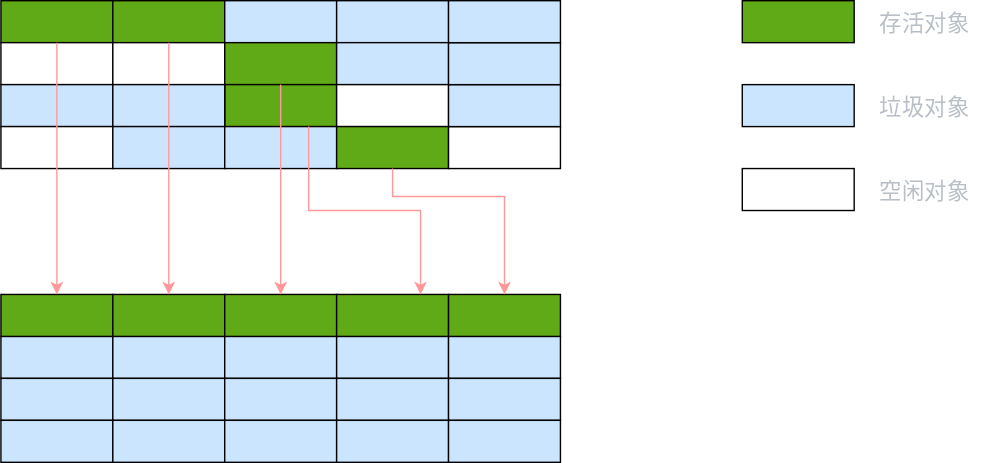
Above: learn/src/main/resources/jvm/readme/static/uml/GC_Copying.svg in zzyandzzy/jdk11 (draw.io), before the change. Source tidied: cells renumbered, new cells last; positions are measured from the earlier drawing's top-left corner, leaving out a move shared by most shapes.
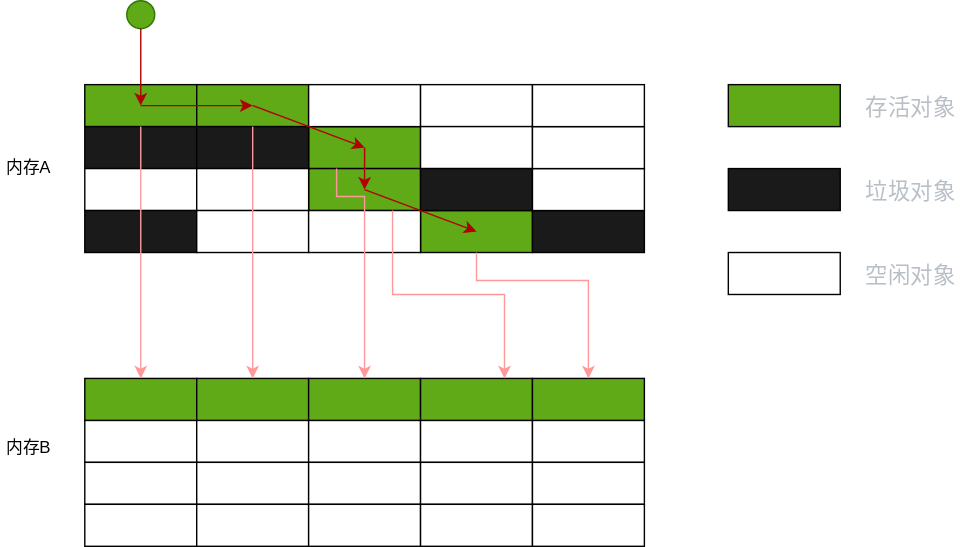
The same file after the commit.

Commit message:
JVM-GC-复制算法(Copying)

Diff of the diagram source:
```diff
@@ -2,109 +2,124 @@
   <root>
     <mxCell id="0" />
     <mxCell id="1" parent="0" />
+    <mxCell id="53" style="rounded=0;whiteSpace=wrap;html=1;fillColor=#60a917;fontColor=#ffffff;strokeColor=none;" parent="1" vertex="1">
+      <mxGeometry x="160" y="60" width="40" height="30" as="geometry" />
+    </mxCell>
+    <mxCell id="54" style="rounded=0;whiteSpace=wrap;html=1;fillColor=#60a917;fontColor=#ffffff;strokeColor=none;" parent="1" vertex="1">
+      <mxGeometry x="160" y="30" width="40" height="30" as="geometry" />
+    </mxCell>
+    <mxCell id="7" style="rounded=0;whiteSpace=wrap;html=1;fillColor=#60a917;fontColor=#ffffff;strokeColor=#000000;" parent="1" vertex="1">
+      <mxGeometry x="160" y="30" width="80" height="30" as="geometry" />
+    </mxCell>
+    <mxCell id="8" style="rounded=0;whiteSpace=wrap;html=1;fillColor=#60a917;fontColor=#ffffff;strokeColor=#000000;" parent="1" vertex="1">
+      <mxGeometry x="160" y="60" width="80" height="30" as="geometry" />
+    </mxCell>
+    <mxCell id="55" style="rounded=0;whiteSpace=wrap;html=1;fillColor=#60a917;fontColor=#ffffff;strokeColor=none;" parent="1" vertex="1">
+      <mxGeometry x="240" y="90" width="40" height="30" as="geometry" />
+    </mxCell>
+    <mxCell id="17" style="rounded=0;whiteSpace=wrap;html=1;fillColor=#60a917;fontColor=#ffffff;strokeColor=#000000;" parent="1" vertex="1">
+      <mxGeometry x="240" y="90" width="80" height="30" as="geometry" />
+    </mxCell>
+    <mxCell id="56" style="rounded=0;whiteSpace=wrap;html=1;fillColor=#60a917;fontColor=#ffffff;strokeColor=none;" parent="1" vertex="1">
+      <mxGeometry x="80" width="40" height="30" as="geometry" />
+    </mxCell>
+    <mxCell id="57" style="rounded=0;whiteSpace=wrap;html=1;fillColor=#60a917;fontColor=#ffffff;strokeColor=none;" parent="1" vertex="1">
+      <mxGeometry width="40" height="30" as="geometry" />
+    </mxCell>
     <mxCell id="2" style="rounded=0;whiteSpace=wrap;html=1;fillColor=#60a917;fontColor=#ffffff;strokeColor=#000000;" parent="1" vertex="1">
       <mxGeometry width="80" height="30" as="geometry" />
     </mxCell>
     <mxCell id="3" style="rounded=0;whiteSpace=wrap;html=1;fillColor=#60a917;fontColor=#ffffff;strokeColor=#000000;" parent="1" vertex="1">
       <mxGeometry x="80" width="80" height="30" as="geometry" />
     </mxCell>
-    <mxCell id="4" style="rounded=0;whiteSpace=wrap;html=1;strokeColor=#000000;" parent="1" vertex="1">
+    <mxCell id="4" style="rounded=0;whiteSpace=wrap;html=1;strokeColor=#000000;fillColor=#1A1A1A;" parent="1" vertex="1">
       <mxGeometry y="30" width="80" height="30" as="geometry" />
     </mxCell>
-    <mxCell id="5" style="rounded=0;whiteSpace=wrap;html=1;strokeColor=#000000;" parent="1" vertex="1">
+    <mxCell id="5" style="rounded=0;whiteSpace=wrap;html=1;strokeColor=#000000;fillColor=#1A1A1A;" parent="1" vertex="1">
       <mxGeometry x="80" y="30" width="80" height="30" as="geometry" />
     </mxCell>
-    <mxCell id="6" style="rounded=0;whiteSpace=wrap;html=1;fillColor=#cce5ff;strokeColor=#000000;" parent="1" vertex="1">
+    <mxCell id="6" style="rounded=0;whiteSpace=wrap;html=1;" parent="1" vertex="1">
       <mxGeometry x="160" width="80" height="30" as="geometry" />
     </mxCell>
-    <mxCell id="7" style="rounded=0;whiteSpace=wrap;html=1;fillColor=#60a917;fontColor=#ffffff;strokeColor=#000000;" parent="1" vertex="1">
-      <mxGeometry x="160" y="30" width="80" height="30" as="geometry" />
-    </mxCell>
-    <mxCell id="8" style="rounded=0;whiteSpace=wrap;html=1;fillColor=#60a917;fontColor=#ffffff;strokeColor=#000000;" parent="1" vertex="1">
-      <mxGeometry x="160" y="60" width="80" height="30" as="geometry" />
-    </mxCell>
-    <mxCell id="9" style="rounded=0;whiteSpace=wrap;html=1;fillColor=#cce5ff;strokeColor=#000000;" parent="1" vertex="1">
+    <mxCell id="9" style="rounded=0;whiteSpace=wrap;html=1;" parent="1" vertex="1">
       <mxGeometry y="60" width="80" height="30" as="geometry" />
     </mxCell>
-    <mxCell id="10" style="rounded=0;whiteSpace=wrap;html=1;fillColor=#cce5ff;strokeColor=#000000;" parent="1" vertex="1">
+    <mxCell id="10" style="rounded=0;whiteSpace=wrap;html=1;" parent="1" vertex="1">
       <mxGeometry x="80" y="60" width="80" height="30" as="geometry" />
     </mxCell>
-    <mxCell id="11" style="rounded=0;whiteSpace=wrap;html=1;strokeColor=#000000;" parent="1" vertex="1">
+    <mxCell id="11" style="rounded=0;whiteSpace=wrap;html=1;strokeColor=#000000;fillColor=#1A1A1A;" parent="1" vertex="1">
       <mxGeometry y="90" width="80" height="30" as="geometry" />
     </mxCell>
-    <mxCell id="12" style="rounded=0;whiteSpace=wrap;html=1;fillColor=#cce5ff;strokeColor=#000000;" parent="1" vertex="1">
+    <mxCell id="12" style="rounded=0;whiteSpace=wrap;html=1;" parent="1" vertex="1">
       <mxGeometry x="80" y="90" width="80" height="30" as="geometry" />
     </mxCell>
-    <mxCell id="13" style="rounded=0;whiteSpace=wrap;html=1;fillColor=#cce5ff;strokeColor=#000000;" parent="1" vertex="1">
+    <mxCell id="13" style="rounded=0;whiteSpace=wrap;html=1;" parent="1" vertex="1">
       <mxGeometry x="160" y="90" width="80" height="30" as="geometry" />
     </mxCell>
-    <mxCell id="14" style="rounded=0;whiteSpace=wrap;html=1;fillColor=#cce5ff;strokeColor=#000000;" parent="1" vertex="1">
+    <mxCell id="14" style="rounded=0;whiteSpace=wrap;html=1;" parent="1" vertex="1">
       <mxGeometry x="240" width="80" height="30" as="geometry" />
     </mxCell>
-    <mxCell id="15" style="rounded=0;whiteSpace=wrap;html=1;fillColor=#cce5ff;strokeColor=#000000;" parent="1" vertex="1">
+    <mxCell id="15" style="rounded=0;whiteSpace=wrap;html=1;" parent="1" vertex="1">
       <mxGeometry x="240" y="30" width="80" height="30" as="geometry" />
     </mxCell>
-    <mxCell id="16" style="rounded=0;whiteSpace=wrap;html=1;strokeColor=#000000;" parent="1" vertex="1">
+    <mxCell id="16" style="rounded=0;whiteSpace=wrap;html=1;strokeColor=#000000;fillColor=#1A1A1A;" parent="1" vertex="1">
       <mxGeometry x="240" y="60" width="80" height="30" as="geometry" />
     </mxCell>
-    <mxCell id="17" style="rounded=0;whiteSpace=wrap;html=1;fillColor=#60a917;fontColor=#ffffff;strokeColor=#000000;" parent="1" vertex="1">
-      <mxGeometry x="240" y="90" width="80" height="30" as="geometry" />
-    </mxCell>
-    <mxCell id="18" style="rounded=0;whiteSpace=wrap;html=1;strokeColor=#000000;" parent="1" vertex="1">
+    <mxCell id="18" style="rounded=0;whiteSpace=wrap;html=1;strokeColor=#000000;fillColor=#1A1A1A;" parent="1" vertex="1">
       <mxGeometry x="320" y="90" width="80" height="30" as="geometry" />
     </mxCell>
-    <mxCell id="19" style="rounded=0;whiteSpace=wrap;html=1;fillColor=#cce5ff;strokeColor=#000000;" parent="1" vertex="1">
+    <mxCell id="19" style="rounded=0;whiteSpace=wrap;html=1;" parent="1" vertex="1">
       <mxGeometry x="320" y="60" width="80" height="30" as="geometry" />
     </mxCell>
-    <mxCell id="20" style="rounded=0;whiteSpace=wrap;html=1;fillColor=#cce5ff;strokeColor=#000000;" parent="1" vertex="1">
+    <mxCell id="20" style="rounded=0;whiteSpace=wrap;html=1;" parent="1" vertex="1">
       <mxGeometry x="320" y="30" width="80" height="30" as="geometry" />
     </mxCell>
-    <mxCell id="21" style="rounded=0;whiteSpace=wrap;html=1;fillColor=#cce5ff;strokeColor=#000000;" parent="1" vertex="1">
+    <mxCell id="21" style="rounded=0;whiteSpace=wrap;html=1;" parent="1" vertex="1">
       <mxGeometry x="320" width="80" height="30" as="geometry" />
     </mxCell>
-    <mxCell id="22" style="rounded=0;whiteSpace=wrap;html=1;fillColor=#cce5ff;strokeColor=#000000;" parent="1" vertex="1">
+    <mxCell id="22" style="rounded=0;whiteSpace=wrap;html=1;" parent="1" vertex="1">
       <mxGeometry y="240" width="80" height="30" as="geometry" />
     </mxCell>
-    <mxCell id="23" style="rounded=0;whiteSpace=wrap;html=1;fillColor=#cce5ff;strokeColor=#000000;" parent="1" vertex="1">
+    <mxCell id="23" style="rounded=0;whiteSpace=wrap;html=1;" parent="1" vertex="1">
       <mxGeometry x="80" y="240" width="80" height="30" as="geometry" />
     </mxCell>
-    <mxCell id="24" style="rounded=0;whiteSpace=wrap;html=1;fillColor=#cce5ff;strokeColor=#000000;" parent="1" vertex="1">
+    <mxCell id="24" style="rounded=0;whiteSpace=wrap;html=1;" parent="1" vertex="1">
       <mxGeometry x="160" y="240" width="80" height="30" as="geometry" />
     </mxCell>
-    <mxCell id="25" style="rounded=0;whiteSpace=wrap;html=1;fillColor=#cce5ff;strokeColor=#000000;" parent="1" vertex="1">
+    <mxCell id="25" style="rounded=0;whiteSpace=wrap;html=1;" parent="1" vertex="1">
       <mxGeometry x="240" y="240" width="80" height="30" as="geometry" />
     </mxCell>
-    <mxCell id="26" style="rounded=0;whiteSpace=wrap;html=1;fillColor=#cce5ff;strokeColor=#000000;" parent="1" vertex="1">
+    <mxCell id="26" style="rounded=0;whiteSpace=wrap;html=1;" parent="1" vertex="1">
       <mxGeometry x="320" y="240" width="80" height="30" as="geometry" />
     </mxCell>
-    <mxCell id="27" style="rounded=0;whiteSpace=wrap;html=1;fillColor=#cce5ff;strokeColor=#000000;" parent="1" vertex="1">
+    <mxCell id="27" style="rounded=0;whiteSpace=wrap;html=1;" parent="1" vertex="1">
       <mxGeometry y="270" width="80" height="30" as="geometry" />
     </mxCell>
-    <mxCell id="28" style="rounded=0;whiteSpace=wrap;html=1;fillColor=#cce5ff;strokeColor=#000000;" parent="1" vertex="1">
+    <mxCell id="28" style="rounded=0;whiteSpace=wrap;html=1;" parent="1" vertex="1">
       <mxGeometry x="80" y="270" width="80" height="30" as="geometry" />
     </mxCell>
-    <mxCell id="29" style="rounded=0;whiteSpace=wrap;html=1;fillColor=#cce5ff;strokeColor=#000000;" parent="1" vertex="1">
+    <mxCell id="29" style="rounded=0;whiteSpace=wrap;html=1;" parent="1" vertex="1">
       <mxGeometry x="160" y="270" width="80" height="30" as="geometry" />
     </mxCell>
-    <mxCell id="30" style="rounded=0;whiteSpace=wrap;html=1;fillColor=#cce5ff;strokeColor=#000000;" parent="1" vertex="1">
+    <mxCell id="30" style="rounded=0;whiteSpace=wrap;html=1;" parent="1" vertex="1">
       <mxGeometry x="240" y="270" width="80" height="30" as="geometry" />
     </mxCell>
-    <mxCell id="31" style="rounded=0;whiteSpace=wrap;html=1;fillColor=#cce5ff;strokeColor=#000000;" parent="1" vertex="1">
+    <mxCell id="31" style="rounded=0;whiteSpace=wrap;html=1;" parent="1" vertex="1">
       <mxGeometry x="320" y="270" width="80" height="30" as="geometry" />
     </mxCell>
-    <mxCell id="32" style="rounded=0;whiteSpace=wrap;html=1;fillColor=#cce5ff;strokeColor=#000000;" parent="1" vertex="1">
+    <mxCell id="32" style="rounded=0;whiteSpace=wrap;html=1;" parent="1" vertex="1">
       <mxGeometry y="300" width="80" height="30" as="geometry" />
     </mxCell>
-    <mxCell id="33" style="rounded=0;whiteSpace=wrap;html=1;fillColor=#cce5ff;strokeColor=#000000;" parent="1" vertex="1">
+    <mxCell id="33" style="rounded=0;whiteSpace=wrap;html=1;" parent="1" vertex="1">
       <mxGeometry x="80" y="300" width="80" height="30" as="geometry" />
     </mxCell>
-    <mxCell id="34" style="rounded=0;whiteSpace=wrap;html=1;fillColor=#cce5ff;strokeColor=#000000;" parent="1" vertex="1">
+    <mxCell id="34" style="rounded=0;whiteSpace=wrap;html=1;" parent="1" vertex="1">
       <mxGeometry x="160" y="300" width="80" height="30" as="geometry" />
     </mxCell>
-    <mxCell id="35" style="rounded=0;whiteSpace=wrap;html=1;fillColor=#cce5ff;strokeColor=#000000;" parent="1" vertex="1">
+    <mxCell id="35" style="rounded=0;whiteSpace=wrap;html=1;" parent="1" vertex="1">
       <mxGeometry x="240" y="300" width="80" height="30" as="geometry" />
     </mxCell>
-    <mxCell id="36" style="rounded=0;whiteSpace=wrap;html=1;fillColor=#cce5ff;strokeColor=#000000;" parent="1" vertex="1">
+    <mxCell id="36" style="rounded=0;whiteSpace=wrap;html=1;" parent="1" vertex="1">
       <mxGeometry x="320" y="300" width="80" height="30" as="geometry" />
     </mxCell>
     <mxCell id="37" style="rounded=0;whiteSpace=wrap;html=1;fillColor=#60a917;fontColor=#ffffff;strokeColor=#000000;" parent="1" vertex="1">
@@ -122,53 +137,104 @@
     <mxCell id="41" style="rounded=0;whiteSpace=wrap;html=1;fillColor=#60a917;fontColor=#ffffff;strokeColor=#000000;" parent="1" vertex="1">
       <mxGeometry x="320" y="210" width="80" height="30" as="geometry" />
     </mxCell>
-    <mxCell id="42" style="rounded=0;whiteSpace=wrap;html=1;fillColor=#60a917;fontColor=#ffffff;strokeColor=#000000;" parent="1" vertex="1">
-      <mxGeometry x="530" width="80" height="30" as="geometry" />
-    </mxCell>
-    <mxCell id="43" style="rounded=0;whiteSpace=wrap;html=1;fillColor=#cce5ff;strokeColor=#000000;" parent="1" vertex="1">
-      <mxGeometry x="530" y="60" width="80" height="30" as="geometry" />
-    </mxCell>
-    <mxCell id="44" style="rounded=0;whiteSpace=wrap;html=1;strokeColor=#000000;" parent="1" vertex="1">
-      <mxGeometry x="530" y="120" width="80" height="30" as="geometry" />
-    </mxCell>
-    <mxCell id="45" value="&lt;span style=&quot;color: rgb(184 , 191 , 198) ; font-family: &amp;#34;helvetica neue&amp;#34; , &amp;#34;helvetica&amp;#34; , &amp;#34;arial&amp;#34; , sans-serif ; font-size: 16px&quot;&gt;存活对象&lt;/span&gt;" style="text;html=1;align=center;verticalAlign=middle;strokeColor=none;" parent="1" vertex="1">
-      <mxGeometry x="620" y="5" width="80" height="20" as="geometry" />
-    </mxCell>
-    <mxCell id="46" value="&lt;font color=&quot;#b8bfc6&quot; face=&quot;helvetica neue, helvetica, arial, sans-serif&quot;&gt;&lt;span style=&quot;font-size: 16px&quot;&gt;垃圾对象&lt;/span&gt;&lt;/font&gt;" style="text;html=1;align=center;verticalAlign=middle;strokeColor=none;" parent="1" vertex="1">
-      <mxGeometry x="620" y="65" width="80" height="20" as="geometry" />
-    </mxCell>
-    <mxCell id="47" value="&lt;font color=&quot;#b8bfc6&quot; face=&quot;helvetica neue, helvetica, arial, sans-serif&quot;&gt;&lt;span style=&quot;font-size: 16px&quot;&gt;空闲对象&lt;/span&gt;&lt;/font&gt;" style="text;html=1;align=center;verticalAlign=middle;strokeColor=none;" parent="1" vertex="1">
-      <mxGeometry x="620" y="125" width="80" height="20" as="geometry" />
-    </mxCell>
-    <mxCell id="48" style="endArrow=classic;html=1;fontColor=#FF6666;strokeColor=#FF9999;" parent="1" edge="1" source="2" target="37">
-      <mxGeometry relative="1" as="geometry" />
+    <mxCell id="48" style="endArrow=classic;html=1;fontColor=#FF6666;strokeColor=#FF9999;" parent="1" edge="1" target="37">
+      <mxGeometry relative="1" as="geometry">
+        <mxPoint x="40" y="30" as="sourcePoint" />
+      </mxGeometry>
     </mxCell>
-    <mxCell id="49" style="edgeStyle=orthogonalEdgeStyle;rounded=0;jettySize=auto;html=1;exitX=0.5;exitY=1;exitDx=0;exitDy=0;fontColor=#FF6666;strokeColor=#FF9999;" parent="1" edge="1" source="3" target="38">
-      <mxGeometry relative="1" as="geometry" />
+    <mxCell id="49" style="edgeStyle=orthogonalEdgeStyle;rounded=0;jettySize=auto;html=1;fontColor=#FF6666;strokeColor=#FF9999;" parent="1" edge="1" target="38">
+      <mxGeometry relative="1" as="geometry">
+        <mxPoint x="120" y="30" as="sourcePoint" />
+      </mxGeometry>
     </mxCell>
-    <mxCell id="50" style="edgeStyle=orthogonalEdgeStyle;rounded=0;jettySize=auto;html=1;exitX=0.5;exitY=0;exitDx=0;exitDy=0;fontColor=#FF6666;strokeColor=#FF9999;" parent="1" edge="1" source="8" target="39">
+    <mxCell id="50" style="edgeStyle=orthogonalEdgeStyle;rounded=0;jettySize=auto;html=1;fontColor=#FF6666;strokeColor=#FF9999;" parent="1" edge="1" target="39">
       <mxGeometry relative="1" as="geometry">
+        <mxPoint x="180" y="60" as="sourcePoint" />
         <Array as="points">
-          <mxPoint x="200" y="120" />
-          <mxPoint x="200" y="120" />
+          <mxPoint x="180" y="80" />
+          <mxPoint x="200" y="80" />
         </Array>
       </mxGeometry>
     </mxCell>
-    <mxCell id="51" style="edgeStyle=orthogonalEdgeStyle;rounded=0;jettySize=auto;html=1;exitX=0.75;exitY=0;exitDx=0;exitDy=0;entryX=0.75;entryY=0;entryDx=0;entryDy=0;fontColor=#FF6666;strokeColor=#FF9999;" parent="1" edge="1" source="13" target="40">
+    <mxCell id="51" style="edgeStyle=orthogonalEdgeStyle;rounded=0;jettySize=auto;html=1;entryX=0.75;entryY=0;entryDx=0;entryDy=0;fontColor=#FF6666;strokeColor=#FF9999;" parent="1" edge="1" target="40">
       <mxGeometry relative="1" as="geometry">
+        <mxPoint x="220" y="90" as="sourcePoint" />
         <Array as="points">
           <mxPoint x="220" y="150" />
           <mxPoint x="300" y="150" />
         </Array>
       </mxGeometry>
     </mxCell>
-    <mxCell id="52" style="edgeStyle=orthogonalEdgeStyle;rounded=0;jettySize=auto;html=1;exitX=0.5;exitY=1;exitDx=0;exitDy=0;entryX=0.5;entryY=0;entryDx=0;entryDy=0;fontColor=#FFFFFF;strokeColor=#FF9999;" parent="1" edge="1" source="17" target="41">
+    <mxCell id="52" style="edgeStyle=orthogonalEdgeStyle;rounded=0;jettySize=auto;html=1;entryX=0.5;entryY=0;entryDx=0;entryDy=0;fontColor=#FFFFFF;strokeColor=#FF9999;" parent="1" edge="1" target="41">
       <mxGeometry relative="1" as="geometry">
+        <mxPoint x="280" y="120" as="sourcePoint" />
         <Array as="points">
           <mxPoint x="280" y="140" />
           <mxPoint x="360" y="140" />
         </Array>
       </mxGeometry>
     </mxCell>
+    <mxCell id="58" value="内存A" style="text;html=1;strokeColor=none;fillColor=none;align=center;verticalAlign=middle;whiteSpace=wrap;rounded=0;" parent="1" vertex="1">
+      <mxGeometry x="-60" y="50" width="40" height="20" as="geometry" />
+    </mxCell>
+    <mxCell id="59" value="内存B" style="text;html=1;strokeColor=none;fillColor=none;align=center;verticalAlign=middle;whiteSpace=wrap;rounded=0;" parent="1" vertex="1">
+      <mxGeometry x="-60" y="250" width="40" height="20" as="geometry" />
+    </mxCell>
+    <mxCell id="60" style="endArrow=classic;html=1;fillColor=#e51400;strokeColor=#B20000;startArrow=none;" parent="1" edge="1">
+      <mxGeometry relative="1" as="geometry">
+        <mxPoint x="40" y="15" as="sourcePoint" />
+        <mxPoint x="120" y="15" as="targetPoint" />
+      </mxGeometry>
+    </mxCell>
+    <mxCell id="61" style="ellipse;whiteSpace=wrap;html=1;fillColor=#60a917;strokeColor=#2D7600;fontColor=#ffffff;" parent="1" vertex="1">
+      <mxGeometry x="30" y="-60" width="20" height="20" as="geometry" />
+    </mxCell>
+    <mxCell id="62" style="endArrow=classic;html=1;exitX=0.5;exitY=1;exitDx=0;exitDy=0;fillColor=#e51400;strokeColor=#B20000;entryX=1;entryY=0.5;entryDx=0;entryDy=0;" parent="1" edge="1" source="61" target="57">
+      <mxGeometry relative="1" as="geometry" />
+    </mxCell>
+    <mxCell id="63" style="endArrow=classic;html=1;fillColor=#e51400;strokeColor=#B20000;exitX=1;exitY=0.5;exitDx=0;exitDy=0;entryX=1;entryY=0.5;entryDx=0;entryDy=0;" parent="1" edge="1" source="56" target="54">
+      <mxGeometry relative="1" as="geometry" />
+    </mxCell>
+    <mxCell id="64" style="endArrow=none;html=1;fillColor=#e51400;strokeColor=#B20000;" parent="1" edge="1" target="57">
+      <mxGeometry relative="1" as="geometry">
+        <mxPoint x="40" y="15" as="sourcePoint" />
+      </mxGeometry>
+    </mxCell>
+    <mxCell id="65" style="edgeStyle=orthogonalEdgeStyle;rounded=0;jettySize=auto;html=1;exitX=1;exitY=0.5;exitDx=0;exitDy=0;entryX=1;entryY=0.5;entryDx=0;entryDy=0;fillColor=#e51400;strokeColor=#B20000;" parent="1" edge="1" source="54" target="53">
+      <mxGeometry relative="1" as="geometry" />
+    </mxCell>
+    <mxCell id="66" style="endArrow=classic;html=1;exitX=1;exitY=0.5;exitDx=0;exitDy=0;fillColor=#e51400;strokeColor=#B20000;entryX=1;entryY=0.5;entryDx=0;entryDy=0;" parent="1" edge="1" source="53" target="55">
+      <mxGeometry relative="1" as="geometry" />
+    </mxCell>
+    <mxCell id="67" style="group;" parent="1" vertex="1">
+      <mxGeometry x="460" width="170" height="150" as="geometry" />
+    </mxCell>
+    <mxCell id="68" style="group;" parent="67" vertex="1">
+      <mxGeometry width="170" height="30" as="geometry" />
+    </mxCell>
+    <mxCell id="42" style="rounded=0;whiteSpace=wrap;html=1;fillColor=#60a917;fontColor=#ffffff;strokeColor=#000000;" parent="68" vertex="1">
+      <mxGeometry width="80" height="30" as="geometry" />
+    </mxCell>
+    <mxCell id="45" value="&lt;span style=&quot;color: rgb(184 , 191 , 198) ; font-family: &amp;#34;helvetica neue&amp;#34; , &amp;#34;helvetica&amp;#34; , &amp;#34;arial&amp;#34; , sans-serif ; font-size: 16px&quot;&gt;存活对象&lt;/span&gt;" style="text;html=1;align=center;verticalAlign=middle;strokeColor=none;" parent="68" vertex="1">
+      <mxGeometry x="90" y="5" width="80" height="20" as="geometry" />
+    </mxCell>
+    <mxCell id="69" style="group;" parent="67" vertex="1">
+      <mxGeometry y="60" width="170" height="30" as="geometry" />
+    </mxCell>
+    <mxCell id="43" style="rounded=0;whiteSpace=wrap;html=1;fillColor=#1A1A1A;" parent="69" vertex="1">
+      <mxGeometry width="80" height="30" as="geometry" />
+    </mxCell>
+    <mxCell id="46" value="&lt;font color=&quot;#b8bfc6&quot; face=&quot;helvetica neue, helvetica, arial, sans-serif&quot;&gt;&lt;span style=&quot;font-size: 16px&quot;&gt;垃圾对象&lt;/span&gt;&lt;/font&gt;" style="text;html=1;align=center;verticalAlign=middle;strokeColor=none;" parent="69" vertex="1">
+      <mxGeometry x="90" y="5" width="80" height="20" as="geometry" />
+    </mxCell>
+    <mxCell id="70" style="group;" parent="67" vertex="1">
+      <mxGeometry y="120" width="170" height="30" as="geometry" />
+    </mxCell>
+    <mxCell id="44" style="rounded=0;whiteSpace=wrap;html=1;strokeColor=#000000;" parent="70" vertex="1">
+      <mxGeometry width="80" height="30" as="geometry" />
+    </mxCell>
+    <mxCell id="47" value="&lt;font color=&quot;#b8bfc6&quot; face=&quot;helvetica neue, helvetica, arial, sans-serif&quot;&gt;&lt;span style=&quot;font-size: 16px&quot;&gt;空闲对象&lt;/span&gt;&lt;/font&gt;" style="text;html=1;align=center;verticalAlign=middle;strokeColor=none;" parent="70" vertex="1">
+      <mxGeometry x="90" y="5" width="80" height="20" as="geometry" />
+    </mxCell>
   </root>
 </mxGraphModel>
```
